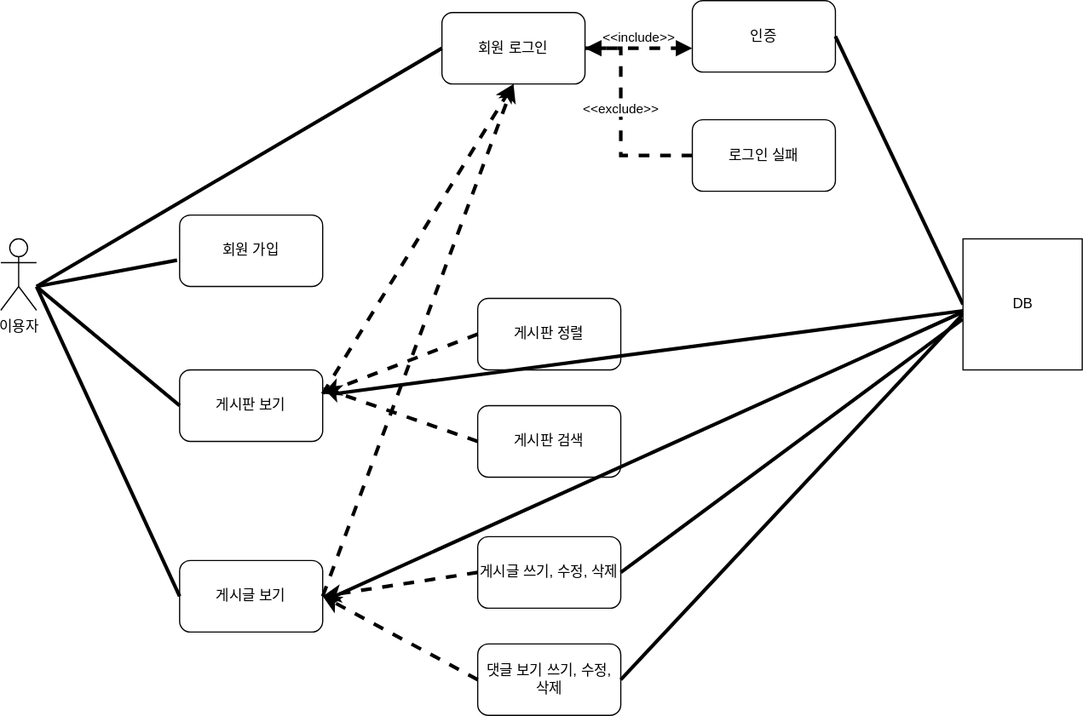
Above: Document/usecase.svg in ardevtech7/board-project (draw.io), before the change. Source tidied: cells renumbered, new cells last; positions are measured from the earlier drawing's top-left corner, leaving out a move shared by most shapes.
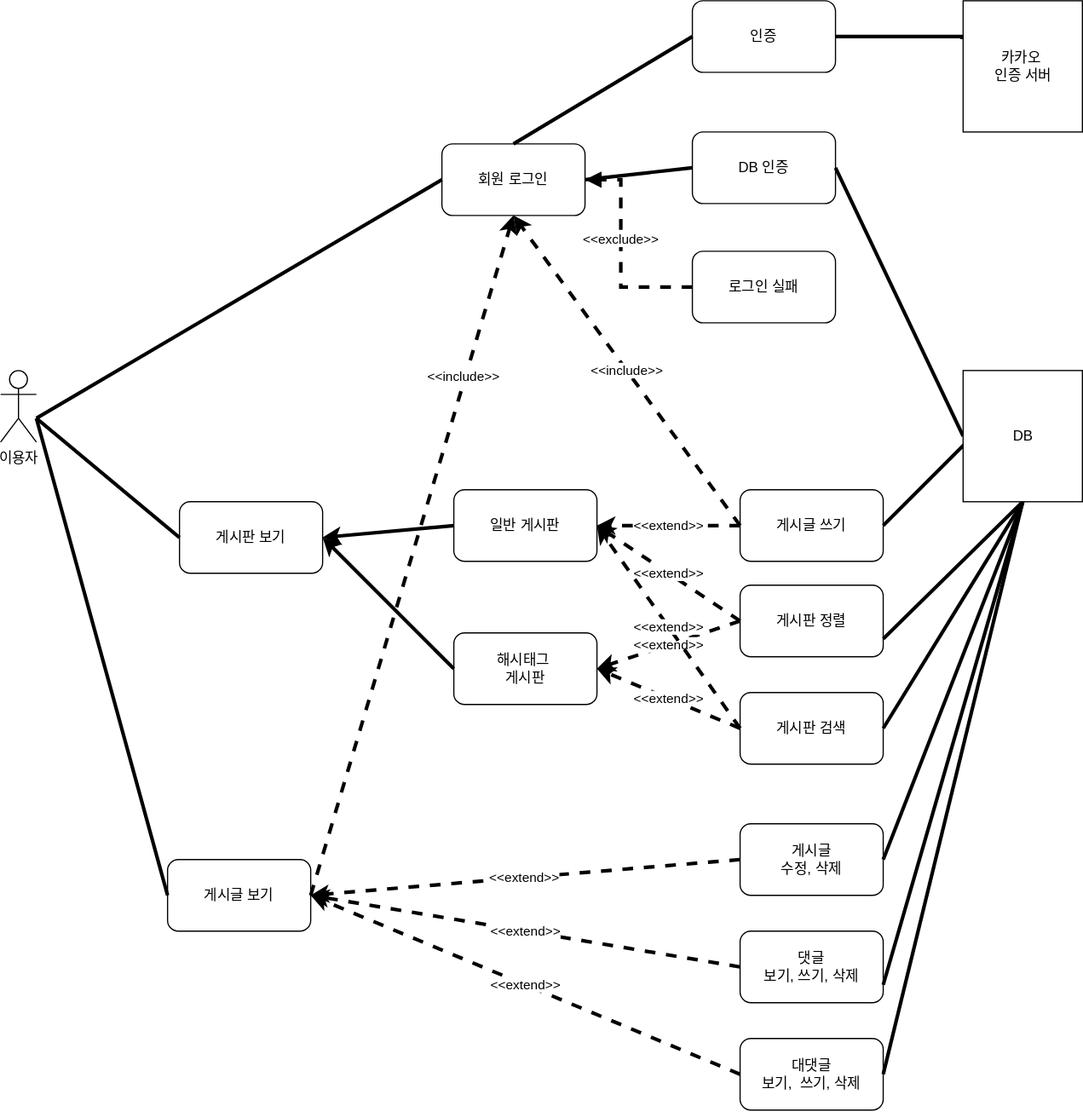
After the change.

Diff of the diagram source:
```diff
@@ -5,46 +5,38 @@
     <mxCell id="2" value="이용자" style="shape=umlActor;verticalLabelPosition=bottom;verticalAlign=top;html=1;" parent="1" vertex="1">
       <mxGeometry y="200" width="30" height="60" as="geometry" />
     </mxCell>
-    <mxCell id="3" value="회원 가입" style="rounded=1;whiteSpace=wrap;html=1;" parent="1" vertex="1">
-      <mxGeometry x="150" y="180" width="120" height="60" as="geometry" />
-    </mxCell>
     <mxCell id="4" value="게시판 보기" style="rounded=1;whiteSpace=wrap;html=1;" parent="1" vertex="1">
       <mxGeometry x="150" y="310" width="120" height="60" as="geometry" />
     </mxCell>
     <mxCell id="5" value="게시글 보기" style="rounded=1;whiteSpace=wrap;html=1;" parent="1" vertex="1">
-      <mxGeometry x="150" y="470" width="120" height="60" as="geometry" />
+      <mxGeometry x="140" y="610" width="120" height="60" as="geometry" />
     </mxCell>
     <mxCell id="6" value="회원 로그인" style="rounded=1;whiteSpace=wrap;html=1;" parent="1" vertex="1">
       <mxGeometry x="370" y="10" width="120" height="60" as="geometry" />
     </mxCell>
-    <mxCell id="7" value="인증" style="rounded=1;whiteSpace=wrap;html=1;" parent="1" vertex="1">
+    <mxCell id="7" value="DB 인증" style="rounded=1;whiteSpace=wrap;html=1;" parent="1" vertex="1">
       <mxGeometry x="580" width="120" height="60" as="geometry" />
     </mxCell>
     <mxCell id="8" value="로그인 실패" style="rounded=1;whiteSpace=wrap;html=1;" parent="1" vertex="1">
       <mxGeometry x="580" y="100" width="120" height="60" as="geometry" />
     </mxCell>
     <mxCell id="9" value="게시판 정렬" style="rounded=1;whiteSpace=wrap;html=1;" parent="1" vertex="1">
-      <mxGeometry x="400" y="250" width="120" height="60" as="geometry" />
+      <mxGeometry x="620" y="380" width="120" height="60" as="geometry" />
     </mxCell>
     <mxCell id="10" value="게시판 검색" style="rounded=1;whiteSpace=wrap;html=1;" parent="1" vertex="1">
-      <mxGeometry x="400" y="340" width="120" height="60" as="geometry" />
+      <mxGeometry x="620" y="470" width="120" height="60" as="geometry" />
     </mxCell>
-    <mxCell id="11" value="게시글 쓰기, 수정, 삭제" style="rounded=1;whiteSpace=wrap;html=1;" parent="1" vertex="1">
-      <mxGeometry x="400" y="450" width="120" height="60" as="geometry" />
+    <mxCell id="11" value="게시글 &lt;br&gt;수정, 삭제" style="rounded=1;whiteSpace=wrap;html=1;" parent="1" vertex="1">
+      <mxGeometry x="620" y="580" width="120" height="60" as="geometry" />
     </mxCell>
-    <mxCell id="12" value="댓글 보기 쓰기, 수정, 삭제" style="rounded=1;whiteSpace=wrap;html=1;" parent="1" vertex="1">
-      <mxGeometry x="400" y="540" width="120" height="60" as="geometry" />
+    <mxCell id="12" value="댓글 &lt;br&gt;보기, 쓰기, 삭제" style="rounded=1;whiteSpace=wrap;html=1;" parent="1" vertex="1">
+      <mxGeometry x="620" y="670" width="120" height="60" as="geometry" />
     </mxCell>
     <mxCell id="13" style="endArrow=none;html=1;rounded=0;strokeWidth=3;entryX=0;entryY=0.5;entryDx=0;entryDy=0;" parent="1" edge="1" target="6">
       <mxGeometry relative="1" as="geometry">
         <mxPoint x="30" y="240" as="sourcePoint" />
       </mxGeometry>
     </mxCell>
-    <mxCell id="14" style="endArrow=none;html=1;rounded=0;strokeWidth=3;entryX=-0.018;entryY=0.632;entryDx=0;entryDy=0;entryPerimeter=0;" parent="1" edge="1" target="3">
-      <mxGeometry relative="1" as="geometry">
-        <mxPoint x="30" y="240" as="sourcePoint" />
-      </mxGeometry>
-    </mxCell>
     <mxCell id="15" style="endArrow=none;html=1;rounded=0;strokeWidth=3;entryX=0;entryY=0.5;entryDx=0;entryDy=0;" parent="1" edge="1" target="4">
       <mxGeometry relative="1" as="geometry">
         <mxPoint x="30" y="240" as="sourcePoint" />
@@ -55,33 +47,12 @@
         <mxPoint x="30" y="240" as="sourcePoint" />
       </mxGeometry>
     </mxCell>
-    <mxCell id="17" style="endArrow=classic;html=1;rounded=0;strokeWidth=3;dashed=1;entryX=0.5;entryY=1;entryDx=0;entryDy=0;" parent="1" edge="1" target="6">
-      <mxGeometry relative="1" as="geometry">
-        <mxPoint x="270" y="330" as="sourcePoint" />
-      </mxGeometry>
-    </mxCell>
     <mxCell id="18" style="endArrow=classic;html=1;rounded=0;strokeWidth=3;dashed=1;exitX=1;exitY=0.5;exitDx=0;exitDy=0;entryX=0.5;entryY=1;entryDx=0;entryDy=0;" parent="1" edge="1" source="5" target="6">
       <mxGeometry relative="1" as="geometry" />
     </mxCell>
-    <mxCell id="19" style="endArrow=classic;html=1;rounded=0;strokeWidth=3;dashed=1;strokeColor=default;exitX=0;exitY=0.5;exitDx=0;exitDy=0;" parent="1" edge="1" source="9">
-      <mxGeometry relative="1" as="geometry">
-        <mxPoint x="270" y="330" as="targetPoint" />
-      </mxGeometry>
-    </mxCell>
-    <mxCell id="20" style="endArrow=classic;html=1;rounded=0;strokeWidth=3;dashed=1;strokeColor=default;exitX=0;exitY=0.5;exitDx=0;exitDy=0;entryX=1;entryY=0.25;entryDx=0;entryDy=0;" parent="1" edge="1" source="10" target="4">
-      <mxGeometry relative="1" as="geometry" />
-    </mxCell>
-    <mxCell id="21" style="endArrow=classic;html=1;rounded=0;strokeWidth=3;dashed=1;strokeColor=default;exitX=0;exitY=0.5;exitDx=0;exitDy=0;entryX=1;entryY=0.5;entryDx=0;entryDy=0;" parent="1" edge="1" target="5">
-      <mxGeometry relative="1" as="geometry">
-        <mxPoint x="400" y="480" as="sourcePoint" />
-      </mxGeometry>
-    </mxCell>
-    <mxCell id="22" style="endArrow=classic;html=1;rounded=0;strokeWidth=3;dashed=1;strokeColor=default;exitX=0;exitY=0.5;exitDx=0;exitDy=0;entryX=1;entryY=0.5;entryDx=0;entryDy=0;" parent="1" edge="1" source="12" target="5">
-      <mxGeometry relative="1" as="geometry" />
-    </mxCell>
-    <mxCell id="23" value="&amp;lt;&amp;lt;include&amp;gt;&amp;gt;" style="html=1;verticalAlign=bottom;endArrow=block;edgeStyle=elbowEdgeStyle;elbow=vertical;curved=0;rounded=0;dashed=1;strokeColor=default;strokeWidth=3;exitX=1;exitY=0.5;exitDx=0;exitDy=0;" parent="1" edge="1" source="6" target="7">
-      <mxGeometry relative="1" as="geometry" />
-    </mxCell>
+    <mxCell id="31" value="&amp;lt;&amp;lt;include&amp;gt;&amp;gt;" style="edgeLabel;html=1;align=center;verticalAlign=middle;" parent="18" vertex="1">
+      <mxGeometry x="0.53" y="3" relative="1" as="geometry" />
+    </mxCell>
     <mxCell id="24" value="&amp;lt;&amp;lt;exclude&amp;gt;&amp;gt;" style="html=1;verticalAlign=bottom;endArrow=block;edgeStyle=elbowEdgeStyle;elbow=horizontal;curved=0;rounded=0;dashed=1;strokeColor=default;strokeWidth=3;exitX=0;exitY=0.5;exitDx=0;exitDy=0;" parent="1" edge="1" source="8">
       <mxGeometry relative="1" as="geometry">
         <mxPoint x="490" y="40" as="targetPoint" />
@@ -93,26 +64,103 @@
     <mxCell id="25" style="endArrow=none;html=1;rounded=0;strokeWidth=3;entryX=0;entryY=0.5;entryDx=0;entryDy=0;exitX=1;exitY=0.5;exitDx=0;exitDy=0;" parent="1" edge="1" source="7" target="30">
       <mxGeometry relative="1" as="geometry" />
     </mxCell>
-    <mxCell id="26" style="endArrow=none;html=1;rounded=0;strokeWidth=3;" parent="1" edge="1">
-      <mxGeometry relative="1" as="geometry">
-        <mxPoint x="280" y="330" as="sourcePoint" />
-        <mxPoint x="810" y="260" as="targetPoint" />
-      </mxGeometry>
-    </mxCell>
-    <mxCell id="27" style="endArrow=none;html=1;rounded=0;strokeWidth=3;" parent="1" edge="1">
-      <mxGeometry relative="1" as="geometry">
-        <mxPoint x="280" y="500" as="sourcePoint" />
-        <mxPoint x="810" y="260" as="targetPoint" />
-      </mxGeometry>
-    </mxCell>
+    <mxCell id="32" value="카카오&amp;nbsp;&lt;br&gt;인증 서버" style="html=1;" parent="1" vertex="1">
+      <mxGeometry x="807" y="-110" width="100" height="110" as="geometry" />
+    </mxCell>
+    <mxCell id="33" value="인증" style="rounded=1;whiteSpace=wrap;html=1;" parent="1" vertex="1">
+      <mxGeometry x="580" y="-110" width="120" height="60" as="geometry" />
+    </mxCell>
+    <mxCell id="34" style="endArrow=none;html=1;rounded=0;strokeWidth=3;entryX=1;entryY=0.75;entryDx=0;entryDy=0;exitX=-0.011;exitY=0.428;exitDx=0;exitDy=0;exitPerimeter=0;" parent="1" edge="1">
+      <mxGeometry relative="1" as="geometry">
+        <mxPoint x="805.9" y="-77.9" as="sourcePoint" />
+        <mxPoint x="700" y="-80" as="targetPoint" />
+        <Array as="points">
+          <mxPoint x="806" y="-80" />
+        </Array>
+      </mxGeometry>
+    </mxCell>
+    <mxCell id="35" style="endArrow=none;html=1;rounded=0;strokeWidth=3;entryX=0;entryY=0.5;entryDx=0;entryDy=0;exitX=0.5;exitY=0;exitDx=0;exitDy=0;" parent="1" edge="1" source="6" target="33">
+      <mxGeometry relative="1" as="geometry" />
+    </mxCell>
+    <mxCell id="36" style="endArrow=none;html=1;rounded=0;strokeWidth=3;entryX=0;entryY=0.5;entryDx=0;entryDy=0;exitX=1;exitY=0.5;exitDx=0;exitDy=0;" parent="1" edge="1" source="6">
+      <mxGeometry relative="1" as="geometry">
+        <mxPoint x="580" y="30" as="targetPoint" />
+      </mxGeometry>
+    </mxCell>
+    <mxCell id="37" value="게시글 쓰기" style="rounded=1;whiteSpace=wrap;html=1;" parent="1" vertex="1">
+      <mxGeometry x="620" y="300" width="120" height="60" as="geometry" />
+    </mxCell>
+    <mxCell id="38" value="일반 게시판" style="rounded=1;whiteSpace=wrap;html=1;" parent="1" vertex="1">
+      <mxGeometry x="380" y="300" width="120" height="60" as="geometry" />
+    </mxCell>
+    <mxCell id="39" value="해시태그&amp;nbsp;&lt;br&gt;게시판" style="rounded=1;whiteSpace=wrap;html=1;" parent="1" vertex="1">
+      <mxGeometry x="380" y="420" width="120" height="60" as="geometry" />
+    </mxCell>
+    <mxCell id="40" style="endArrow=classic;html=1;rounded=0;strokeWidth=3;entryX=1;entryY=0.5;entryDx=0;entryDy=0;exitX=0;exitY=0.5;exitDx=0;exitDy=0;" parent="1" edge="1" source="38" target="4">
+      <mxGeometry relative="1" as="geometry" />
+    </mxCell>
+    <mxCell id="41" style="endArrow=classic;html=1;rounded=0;strokeWidth=3;entryX=1;entryY=0.5;entryDx=0;entryDy=0;exitX=0;exitY=0.5;exitDx=0;exitDy=0;" parent="1" edge="1" source="39" target="4">
+      <mxGeometry relative="1" as="geometry" />
+    </mxCell>
+    <mxCell id="42" value="대댓글 &lt;br&gt;보기,&amp;nbsp; 쓰기, 삭제" style="rounded=1;whiteSpace=wrap;html=1;" parent="1" vertex="1">
+      <mxGeometry x="620" y="760" width="120" height="60" as="geometry" />
+    </mxCell>
+    <mxCell id="43" value="&amp;lt;&amp;lt;extend&amp;gt;&amp;gt;" style="endArrow=classic;html=1;rounded=0;strokeWidth=3;entryX=1;entryY=0.5;entryDx=0;entryDy=0;dashed=1;exitX=0;exitY=0.5;exitDx=0;exitDy=0;" parent="1" edge="1" source="37" target="38">
+      <mxGeometry relative="1" as="geometry" />
+    </mxCell>
+    <mxCell id="44" value="&amp;lt;&amp;lt;extend&amp;gt;&amp;gt;" style="endArrow=classic;html=1;rounded=0;strokeWidth=3;entryX=1;entryY=0.5;entryDx=0;entryDy=0;dashed=1;exitX=0;exitY=0.5;exitDx=0;exitDy=0;" parent="1" edge="1" source="9" target="38">
+      <mxGeometry relative="1" as="geometry" />
+    </mxCell>
+    <mxCell id="45" value="&amp;lt;&amp;lt;extend&amp;gt;&amp;gt;" style="endArrow=classic;html=1;rounded=0;strokeWidth=3;entryX=1;entryY=0.5;entryDx=0;entryDy=0;dashed=1;" parent="1" edge="1" target="39">
+      <mxGeometry relative="1" as="geometry">
+        <mxPoint x="620" y="410" as="sourcePoint" />
+      </mxGeometry>
+    </mxCell>
+    <mxCell id="46" value="&amp;lt;&amp;lt;extend&amp;gt;&amp;gt;" style="endArrow=classic;html=1;rounded=0;strokeWidth=3;dashed=1;exitX=0;exitY=0.5;exitDx=0;exitDy=0;entryX=1;entryY=0.5;entryDx=0;entryDy=0;" parent="1" edge="1" source="10" target="38">
+      <mxGeometry relative="1" as="geometry" />
+    </mxCell>
+    <mxCell id="47" value="&amp;lt;&amp;lt;extend&amp;gt;&amp;gt;" style="endArrow=classic;html=1;rounded=0;strokeWidth=3;dashed=1;" parent="1" edge="1">
+      <mxGeometry relative="1" as="geometry">
+        <mxPoint x="620" y="500" as="sourcePoint" />
+        <mxPoint x="500" y="450" as="targetPoint" />
+      </mxGeometry>
+    </mxCell>
+    <mxCell id="48" value="&amp;lt;&amp;lt;include&amp;gt;&amp;gt;" style="endArrow=classic;html=1;rounded=0;strokeWidth=3;entryX=0.5;entryY=1;entryDx=0;entryDy=0;dashed=1;" parent="1" edge="1" target="6">
+      <mxGeometry relative="1" as="geometry">
+        <mxPoint x="620" y="330" as="sourcePoint" />
+      </mxGeometry>
+    </mxCell>
+    <mxCell id="49" value="&amp;lt;&amp;lt;extend&amp;gt;&amp;gt;" style="endArrow=classic;html=1;rounded=0;strokeWidth=3;dashed=1;exitX=0;exitY=0.5;exitDx=0;exitDy=0;entryX=1;entryY=0.5;entryDx=0;entryDy=0;" parent="1" edge="1" source="11" target="5">
+      <mxGeometry relative="1" as="geometry" />
+    </mxCell>
+    <mxCell id="50" value="&amp;lt;&amp;lt;extend&amp;gt;&amp;gt;" style="endArrow=classic;html=1;rounded=0;strokeWidth=3;dashed=1;exitX=0;exitY=0.5;exitDx=0;exitDy=0;" parent="1" edge="1" source="12">
+      <mxGeometry relative="1" as="geometry">
+        <mxPoint x="260" y="640" as="targetPoint" />
+      </mxGeometry>
+    </mxCell>
+    <mxCell id="51" value="&amp;lt;&amp;lt;extend&amp;gt;&amp;gt;" style="endArrow=classic;html=1;rounded=0;strokeWidth=3;dashed=1;exitX=0;exitY=0.5;exitDx=0;exitDy=0;entryX=1;entryY=0.5;entryDx=0;entryDy=0;" parent="1" edge="1" source="42" target="5">
+      <mxGeometry relative="1" as="geometry" />
+    </mxCell>
+    <mxCell id="52" style="endArrow=none;html=1;rounded=0;strokeWidth=3;exitX=1;exitY=0.5;exitDx=0;exitDy=0;" parent="1" edge="1" source="37">
+      <mxGeometry relative="1" as="geometry">
+        <mxPoint x="810" y="260" as="targetPoint" />
+      </mxGeometry>
+    </mxCell>
+    <mxCell id="53" style="endArrow=none;html=1;rounded=0;strokeWidth=3;exitX=1;exitY=0.75;exitDx=0;exitDy=0;entryX=0.5;entryY=1;entryDx=0;entryDy=0;" parent="1" edge="1" source="9" target="30">
+      <mxGeometry relative="1" as="geometry" />
+    </mxCell>
+    <mxCell id="54" style="endArrow=none;html=1;rounded=0;strokeWidth=3;exitX=1;exitY=0.5;exitDx=0;exitDy=0;entryX=0.5;entryY=1;entryDx=0;entryDy=0;" parent="1" edge="1" source="10" target="30">
+      <mxGeometry relative="1" as="geometry" />
+    </mxCell>
-    <mxCell id="28" style="endArrow=none;html=1;rounded=0;strokeWidth=3;exitX=1;exitY=0.5;exitDx=0;exitDy=0;entryX=-0.002;entryY=0.613;entryDx=0;entryDy=0;entryPerimeter=0;" parent="1" edge="1" source="11" target="30">
+    <mxCell id="28" style="endArrow=none;html=1;rounded=0;strokeWidth=3;exitX=1;exitY=0.5;exitDx=0;exitDy=0;entryX=0.5;entryY=1;entryDx=0;entryDy=0;" parent="1" edge="1" source="11" target="30">
       <mxGeometry relative="1" as="geometry" />
     </mxCell>
-    <mxCell id="29" style="endArrow=none;html=1;rounded=0;strokeWidth=3;exitX=1;exitY=0.5;exitDx=0;exitDy=0;" parent="1" edge="1" source="12">
-      <mxGeometry relative="1" as="geometry">
-        <mxPoint x="810" y="260" as="targetPoint" />
-      </mxGeometry>
-    </mxCell>
+    <mxCell id="55" style="endArrow=none;html=1;rounded=0;strokeWidth=3;exitX=1;exitY=0.75;exitDx=0;exitDy=0;entryX=0.5;entryY=1;entryDx=0;entryDy=0;" parent="1" edge="1" source="12" target="30">
+      <mxGeometry relative="1" as="geometry" />
+    </mxCell>
+    <mxCell id="56" style="endArrow=none;html=1;rounded=0;strokeWidth=3;exitX=1;exitY=0.5;exitDx=0;exitDy=0;entryX=0.5;entryY=1;entryDx=0;entryDy=0;" parent="1" edge="1" source="42" target="30">
+      <mxGeometry relative="1" as="geometry" />
+    </mxCell>
     <mxCell id="30" value="DB" style="html=1;" parent="1" vertex="1">
       <mxGeometry x="807" y="200" width="100" height="110" as="geometry" />
     </mxCell>
```
